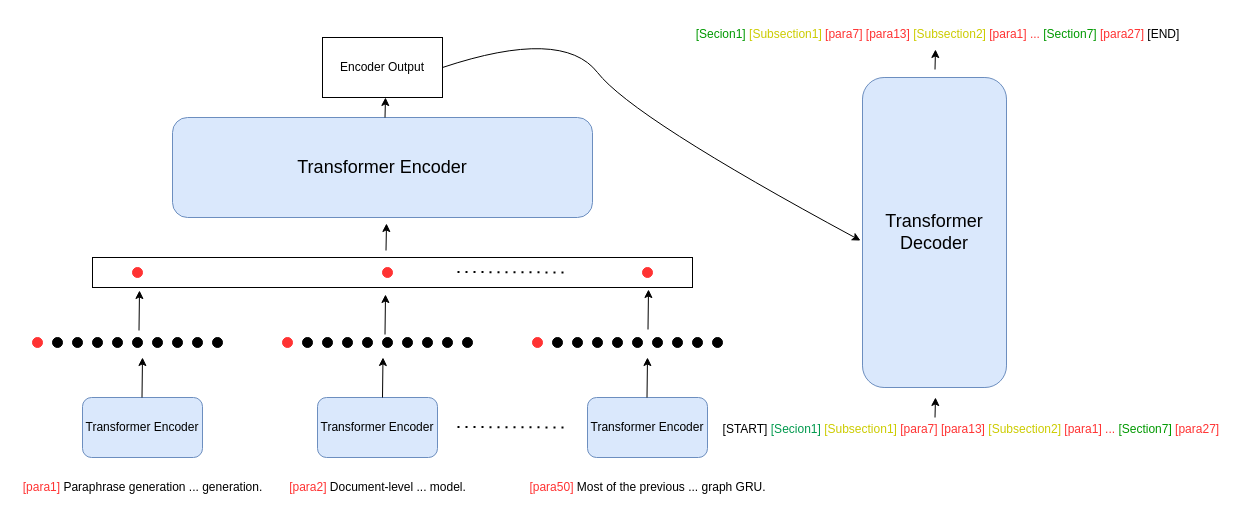
Before: page "Page-1" (1 of 2) of Untitled Diagram.drawio in Captainr22/SAE, a draw.io diagram. Source tidied: cells renumbered, new cells numbered last; positions are measured from the earlier drawing's top-left corner, leaving out a move shared by most shapes. Both pictures are drawn from the tidied source at 100%, with x=0, y=0 at pixel (17, 17).
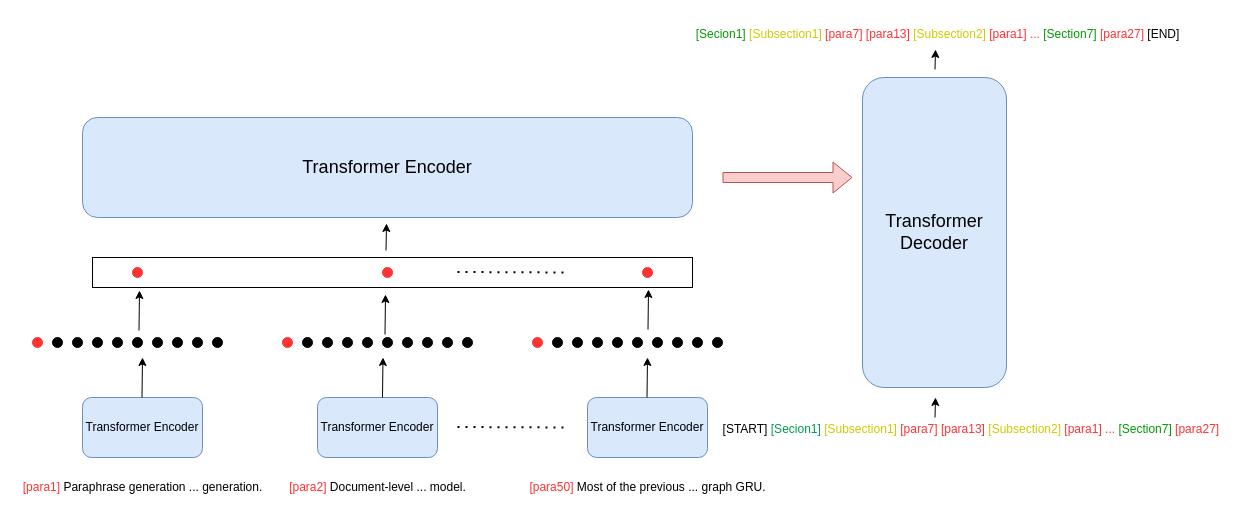
After the change.

The change refers to these unchanged cells:
```xml
<mxCell id="52" value="&lt;font style=&quot;font-size: 18px&quot;&gt;Transformer Decoder&lt;/font&gt;" style="rounded=1;whiteSpace=wrap;html=1;strokeColor=#6c8ebf;fillColor=#dae8fc;" parent="1" vertex="1">
  <mxGeometry x="845" y="60" width="144" height="310" as="geometry" />
</mxCell>
```

What changed in the source:
```diff
@@
     <mxCell id="47" value="&lt;font style=&quot;font-size: 18px&quot;&gt;Transformer Encoder&lt;/font&gt;" style="rounded=1;whiteSpace=wrap;html=1;strokeColor=#6c8ebf;fillColor=#dae8fc;" parent="1" vertex="1">
-      <mxGeometry x="155" y="100" width="420" height="100" as="geometry" />
+      <mxGeometry x="65" y="100" width="610" height="100" as="geometry" />
     </mxCell>
@@
-    <mxCell id="55" value="&lt;font color=&quot;#000000&quot;&gt;Encoder Output&lt;/font&gt;" style="rounded=0;whiteSpace=wrap;html=1;fontSize=12;fontColor=#009900;strokeColor=#000000;fillColor=#FFFFFF;" parent="1" vertex="1">
-      <mxGeometry x="305" y="20" width="120" height="60" as="geometry" />
-    </mxCell>
-    <mxCell id="56" style="curved=1;endArrow=classic;html=1;rounded=0;fontSize=12;fontColor=#000000;exitX=1;exitY=0.5;exitDx=0;exitDy=0;entryX=-0.014;entryY=0.526;entryDx=0;entryDy=0;entryPerimeter=0;" parent="1" edge="1" source="55" target="52">
-      <mxGeometry relative="1" as="geometry">
-        <Array as="points">
-          <mxPoint x="545" y="10" />
-          <mxPoint x="615" y="100" />
-        </Array>
-      </mxGeometry>
-    </mxCell>
@@
-    <mxCell id="59" style="endArrow=classic;html=1;rounded=0;fontColor=#FF3333;" parent="1" edge="1">
-      <mxGeometry relative="1" as="geometry">
-        <mxPoint x="367.5" y="100" as="sourcePoint" />
-        <mxPoint x="368" y="80" as="targetPoint" />
-      </mxGeometry>
-    </mxCell>
+    <mxCell id="60" style="shape=flexArrow;endArrow=classic;html=1;rounded=0;fontSize=14;fontColor=#FF8000;fillColor=#f8cecc;strokeColor=#b85450;" parent="1" edge="1">
+      <mxGeometry relative="1" as="geometry">
+        <mxPoint x="705" y="160" as="sourcePoint" />
+        <mxPoint x="835" y="160" as="targetPoint" />
+      </mxGeometry>
+    </mxCell>
```
